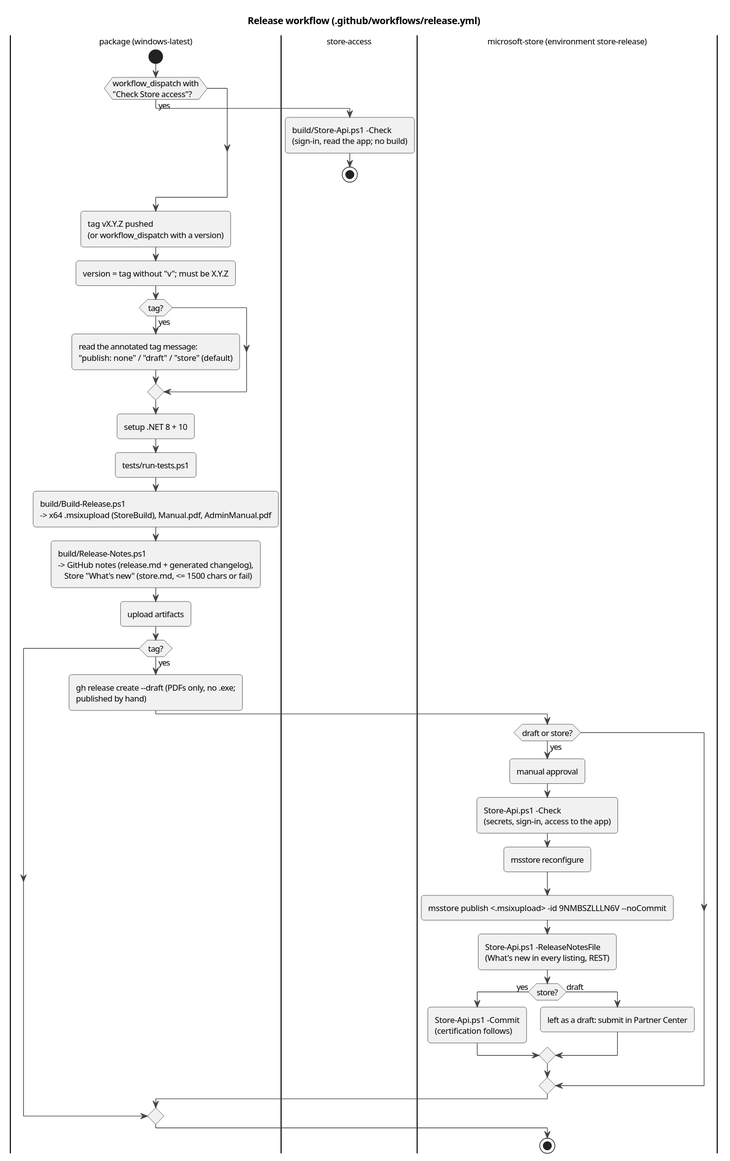
Before: docs/architecture/diagrams/act-release.svg, a diagram exported from PlantUML (halatsWol/TextTemplateManager-v2).
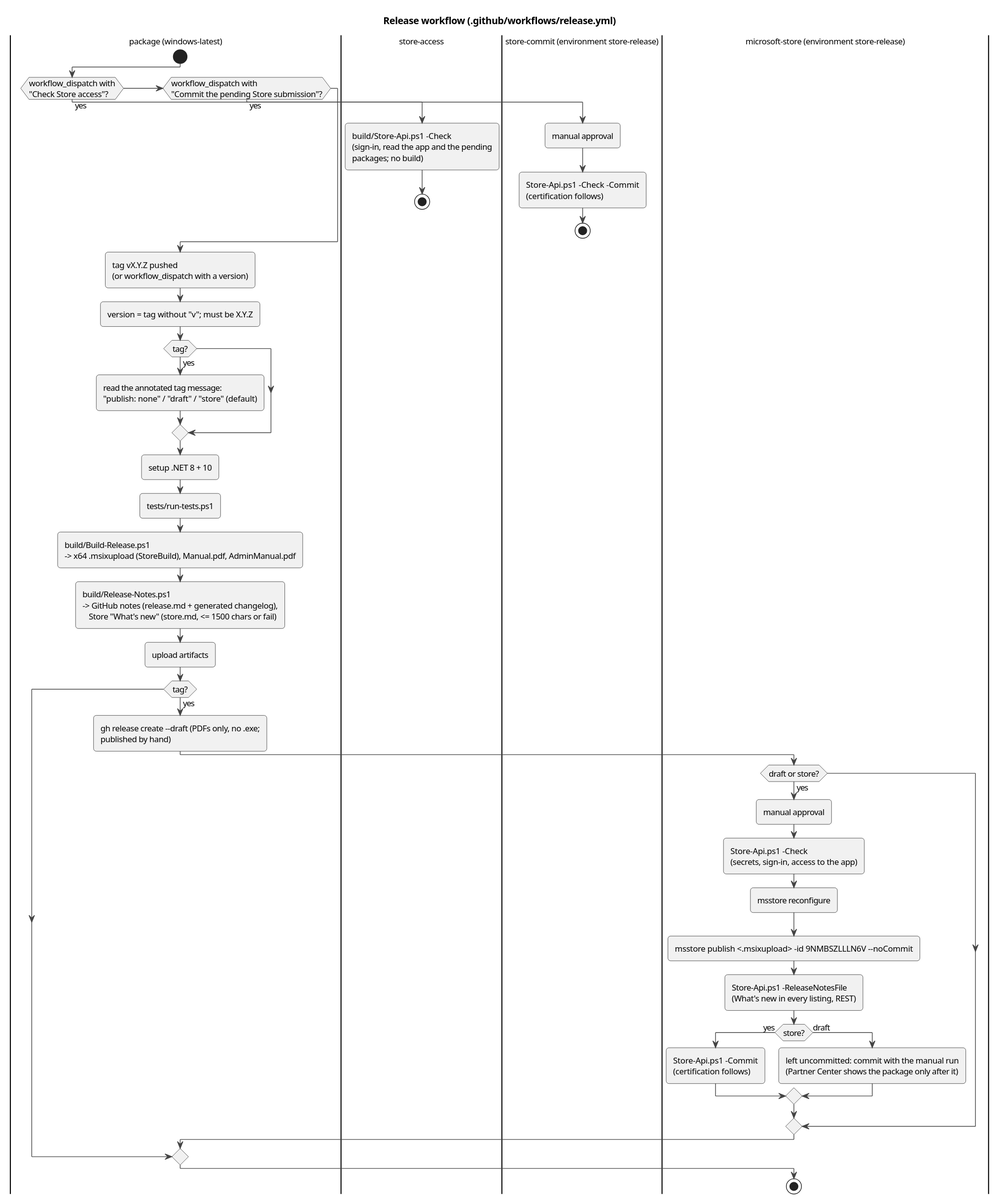
Later version of the same file.

Commit message:
release: JSON content type for the Store commit; manual run to commit a publish: draft submission; -Check lists pending packages

What changed in the source:
```diff
@@ -6,7 +6,12 @@
 start
 if (workflow_dispatch with\n"Check Store access"?) then (yes)
   |store-access|
-  :build/Store-Api.ps1 -Check\n(sign-in, read the app; no build);
+  :build/Store-Api.ps1 -Check\n(sign-in, read the app and the pending\npackages; no build);
+  stop
+elseif (workflow_dispatch with\n"Commit the pending Store submission"?) then (yes)
+  |store-commit (environment store-release)|
+  :manual approval;
+  :Store-Api.ps1 -Check -Commit\n(certification follows);
   stop
 endif
 |package (windows-latest)|
@@ -32,7 +37,7 @@
     if (store?) then (yes)
       :Store-Api.ps1 -Commit\n(certification follows);
     else (draft)
-      :left as a draft: submit in Partner Center;
+      :left uncommitted: commit with the manual run\n(Partner Center shows the package only after it);
     endif
   endif
 endif
```
